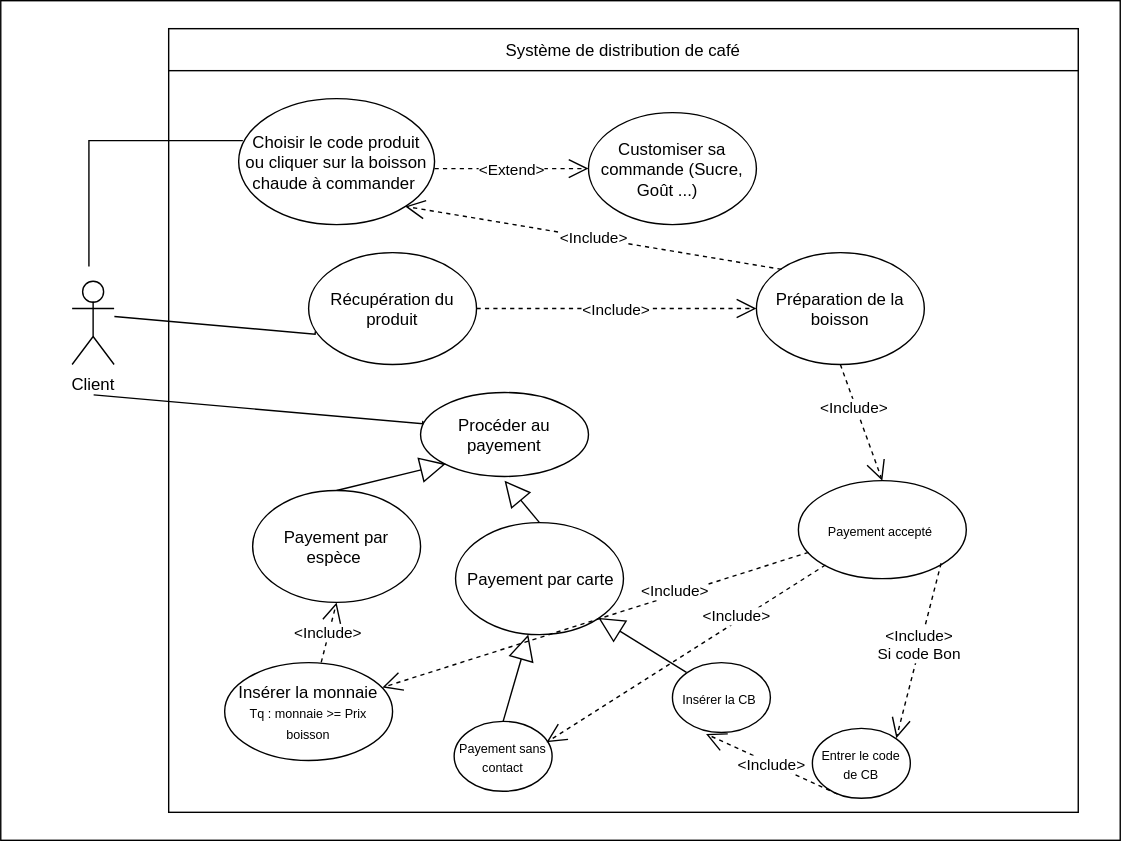
Above: YasmineAouimeur/usecase.svg in samszo/GSI-AVUN_18-19 (draw.io), before the change. Source tidied: cells renumbered, new cells last; positions are measured from the earlier drawing's top-left corner, leaving out a move shared by most shapes. Source of this version:
```xml
<mxGraphModel>
  <root>
    <mxCell id="0" />
    <mxCell id="1" parent="0" />
    <mxCell id="2" style="rounded=0;whiteSpace=wrap;html=1;shadow=0;" parent="1" vertex="1">
      <mxGeometry width="800" height="600" as="geometry" />
    </mxCell>
    <mxCell id="3" style="rounded=0;whiteSpace=wrap;html=1;" parent="1" vertex="1">
      <mxGeometry x="120" y="20" width="650" height="560" as="geometry" />
    </mxCell>
    <mxCell id="4" value="Système de distribution de café" style="rounded=0;whiteSpace=wrap;html=1;shadow=0;" parent="1" vertex="1">
      <mxGeometry x="120" y="20" width="650" height="30" as="geometry" />
    </mxCell>
    <mxCell id="5" value="Client" style="shape=umlActor;verticalLabelPosition=bottom;labelBackgroundColor=#ffffff;verticalAlign=top;html=1;shadow=0;" parent="1" vertex="1">
      <mxGeometry x="51" y="200" width="30" height="60" as="geometry" />
    </mxCell>
    <mxCell id="6" value="Choisir le code produit ou cliquer sur la boisson chaude à commander&amp;nbsp;" style="ellipse;whiteSpace=wrap;html=1;shadow=0;" parent="1" vertex="1">
      <mxGeometry x="170" y="70" width="140" height="90" as="geometry" />
    </mxCell>
    <mxCell id="7" value="Customiser sa commande (Sucre, Goût ...)&amp;nbsp;&amp;nbsp;" style="ellipse;whiteSpace=wrap;html=1;shadow=0;" parent="1" vertex="1">
      <mxGeometry x="420" y="80" width="120" height="80" as="geometry" />
    </mxCell>
    <mxCell id="8" value="&amp;lt;Extend&amp;gt;" style="endArrow=open;endSize=12;dashed=1;html=1;" parent="1" edge="1">
      <mxGeometry relative="1" as="geometry">
        <mxPoint x="310" y="120" as="sourcePoint" />
        <mxPoint x="420" y="120" as="targetPoint" />
      </mxGeometry>
    </mxCell>
    <mxCell id="9" style="shape=partialRectangle;whiteSpace=wrap;html=1;top=0;left=0;fillColor=none;shadow=0;rotation=-180;" parent="1" vertex="1">
      <mxGeometry x="63" y="100" width="110" height="90" as="geometry" />
    </mxCell>
    <mxCell id="10" value="Procéder au payement" style="ellipse;whiteSpace=wrap;html=1;shadow=0;" parent="1" vertex="1">
      <mxGeometry x="300" y="280" width="120" height="60" as="geometry" />
    </mxCell>
    <mxCell id="11" style="endArrow=block;endSize=16;endFill=0;html=1;entryX=0;entryY=1;entryDx=0;entryDy=0;exitX=0.5;exitY=0;exitDx=0;exitDy=0;" parent="1" edge="1" source="14" target="10">
      <mxGeometry relative="1" as="geometry" />
    </mxCell>
    <mxCell id="12" value="Payement par carte" style="ellipse;whiteSpace=wrap;html=1;shadow=0;" parent="1" vertex="1">
      <mxGeometry x="325" y="372.5" width="120" height="80" as="geometry" />
    </mxCell>
    <mxCell id="13" style="endArrow=block;endSize=16;endFill=0;html=1;exitX=0.5;exitY=0;exitDx=0;exitDy=0;" parent="1" edge="1" source="12">
      <mxGeometry relative="1" as="geometry">
        <mxPoint x="360" y="343" as="targetPoint" />
      </mxGeometry>
    </mxCell>
    <mxCell id="14" value="Payement par espèce&amp;nbsp;" style="ellipse;whiteSpace=wrap;html=1;shadow=0;" parent="1" vertex="1">
      <mxGeometry x="180" y="350" width="120" height="80" as="geometry" />
    </mxCell>
    <mxCell id="15" value="Préparation de la boisson" style="ellipse;whiteSpace=wrap;html=1;shadow=0;" parent="1" vertex="1">
      <mxGeometry x="540" y="180" width="120" height="80" as="geometry" />
    </mxCell>
    <mxCell id="16" value="Insérer la monnaie&lt;br&gt;&lt;font style=&quot;font-size: 9px&quot;&gt;Tq : monnaie &amp;gt;= Prix boisson&lt;br&gt;&lt;/font&gt;" style="ellipse;whiteSpace=wrap;html=1;shadow=0;" parent="1" vertex="1">
      <mxGeometry x="160" y="472.5" width="120" height="70" as="geometry" />
    </mxCell>
    <mxCell id="17" value="&lt;font style=&quot;font-size: 9px&quot;&gt;Payement accepté&amp;nbsp;&lt;br&gt;&lt;/font&gt;" style="ellipse;whiteSpace=wrap;html=1;shadow=0;" parent="1" vertex="1">
      <mxGeometry x="570" y="342.5" width="120" height="70" as="geometry" />
    </mxCell>
    <mxCell id="18" style="shape=partialRectangle;whiteSpace=wrap;html=1;top=0;left=0;fillColor=none;shadow=0;rotation=5;" parent="1" vertex="1">
      <mxGeometry x="66" y="290" width="236" height="2" as="geometry" />
    </mxCell>
    <mxCell id="19" value="&lt;font style=&quot;font-size: 9px&quot;&gt;Payement sans contact&lt;br&gt;&lt;/font&gt;" style="ellipse;whiteSpace=wrap;html=1;shadow=0;" parent="1" vertex="1">
      <mxGeometry x="323.5" y="514.5" width="70" height="50" as="geometry" />
    </mxCell>
    <mxCell id="20" value="&amp;lt;Include&amp;gt;" style="endArrow=open;endSize=12;dashed=1;html=1;entryX=0.5;entryY=1;entryDx=0;entryDy=0;" parent="1" edge="1" source="16" target="14">
      <mxGeometry relative="1" as="geometry" />
    </mxCell>
    <mxCell id="21" value="Récupération du produit" style="ellipse;whiteSpace=wrap;html=1;shadow=0;" parent="1" vertex="1">
      <mxGeometry x="220" y="180" width="120" height="80" as="geometry" />
    </mxCell>
    <mxCell id="22" style="endArrow=block;endSize=16;endFill=0;html=1;entryX=0.433;entryY=1;entryDx=0;entryDy=0;exitX=0.5;exitY=0;exitDx=0;exitDy=0;entryPerimeter=0;" parent="1" edge="1" source="19" target="12">
      <mxGeometry relative="1" as="geometry" />
    </mxCell>
    <mxCell id="23" value="&lt;font style=&quot;font-size: 9px&quot;&gt;Insérer la CB&amp;nbsp;&lt;br&gt;&lt;/font&gt;" style="ellipse;whiteSpace=wrap;html=1;shadow=0;" parent="1" vertex="1">
      <mxGeometry x="480" y="472.5" width="70" height="50" as="geometry" />
    </mxCell>
    <mxCell id="24" style="endArrow=block;endSize=16;endFill=0;html=1;entryX=1;entryY=1;entryDx=0;entryDy=0;exitX=0;exitY=0;exitDx=0;exitDy=0;" parent="1" edge="1" source="23" target="12">
      <mxGeometry relative="1" as="geometry" />
    </mxCell>
    <mxCell id="25" value="&lt;font style=&quot;font-size: 9px&quot;&gt;Entrer le code de CB&lt;br&gt;&lt;/font&gt;" style="ellipse;whiteSpace=wrap;html=1;shadow=0;" parent="1" vertex="1">
      <mxGeometry x="580" y="520" width="70" height="50" as="geometry" />
    </mxCell>
    <mxCell id="26" value="&amp;lt;Include&amp;gt;" style="endArrow=open;endSize=12;dashed=1;html=1;entryX=0.343;entryY=1.03;entryDx=0;entryDy=0;entryPerimeter=0;exitX=0.257;exitY=0.94;exitDx=0;exitDy=0;exitPerimeter=0;" parent="1" edge="1" source="25" target="23">
      <mxGeometry relative="1" as="geometry" />
    </mxCell>
    <mxCell id="27" style="shape=partialRectangle;whiteSpace=wrap;html=1;top=0;left=0;fillColor=none;shadow=0;rotation=5;" parent="1" vertex="1">
      <mxGeometry x="81" y="230" width="144" height="2" as="geometry" />
    </mxCell>
    <mxCell id="28" value="&amp;lt;Include&amp;gt;" style="endArrow=open;endSize=12;dashed=1;html=1;" parent="1" edge="1" source="17" target="16">
      <mxGeometry x="-0.38" y="-3" relative="1" as="geometry" />
    </mxCell>
    <mxCell id="29" value="&amp;lt;Include&amp;gt;" style="endArrow=open;endSize=12;dashed=1;html=1;" parent="1" edge="1" source="17">
      <mxGeometry x="-0.38" y="-3" relative="1" as="geometry">
        <mxPoint x="390" y="530" as="targetPoint" />
      </mxGeometry>
    </mxCell>
    <mxCell id="30" value="&amp;lt;Include&amp;gt;&lt;br&gt;Si code Bon&lt;br&gt;" style="endArrow=open;endSize=12;dashed=1;html=1;entryX=1;entryY=0;entryDx=0;entryDy=0;exitX=1;exitY=1;exitDx=0;exitDy=0;" parent="1" edge="1" source="17" target="25">
      <mxGeometry x="-0.07" y="-1" relative="1" as="geometry" />
    </mxCell>
    <mxCell id="31" value="&amp;lt;Include&amp;gt;" style="endArrow=open;endSize=12;dashed=1;html=1;entryX=0.5;entryY=0;entryDx=0;entryDy=0;exitX=0.5;exitY=1;exitDx=0;exitDy=0;" parent="1" edge="1" source="15" target="17">
      <mxGeometry x="-0.28" y="-1" relative="1" as="geometry" />
    </mxCell>
    <mxCell id="32" value="&amp;lt;Include&amp;gt;" style="endArrow=open;endSize=12;dashed=1;html=1;entryX=0;entryY=0.5;entryDx=0;entryDy=0;exitX=1;exitY=0.5;exitDx=0;exitDy=0;" parent="1" edge="1" source="21" target="15">
      <mxGeometry relative="1" as="geometry" />
    </mxCell>
    <mxCell id="33" value="&amp;lt;Include&amp;gt;" style="endArrow=open;endSize=12;dashed=1;html=1;exitX=0;exitY=0;exitDx=0;exitDy=0;entryX=1;entryY=1;entryDx=0;entryDy=0;" parent="1" edge="1" source="15" target="6">
      <mxGeometry relative="1" as="geometry" />
    </mxCell>
  </root>
</mxGraphModel>
```
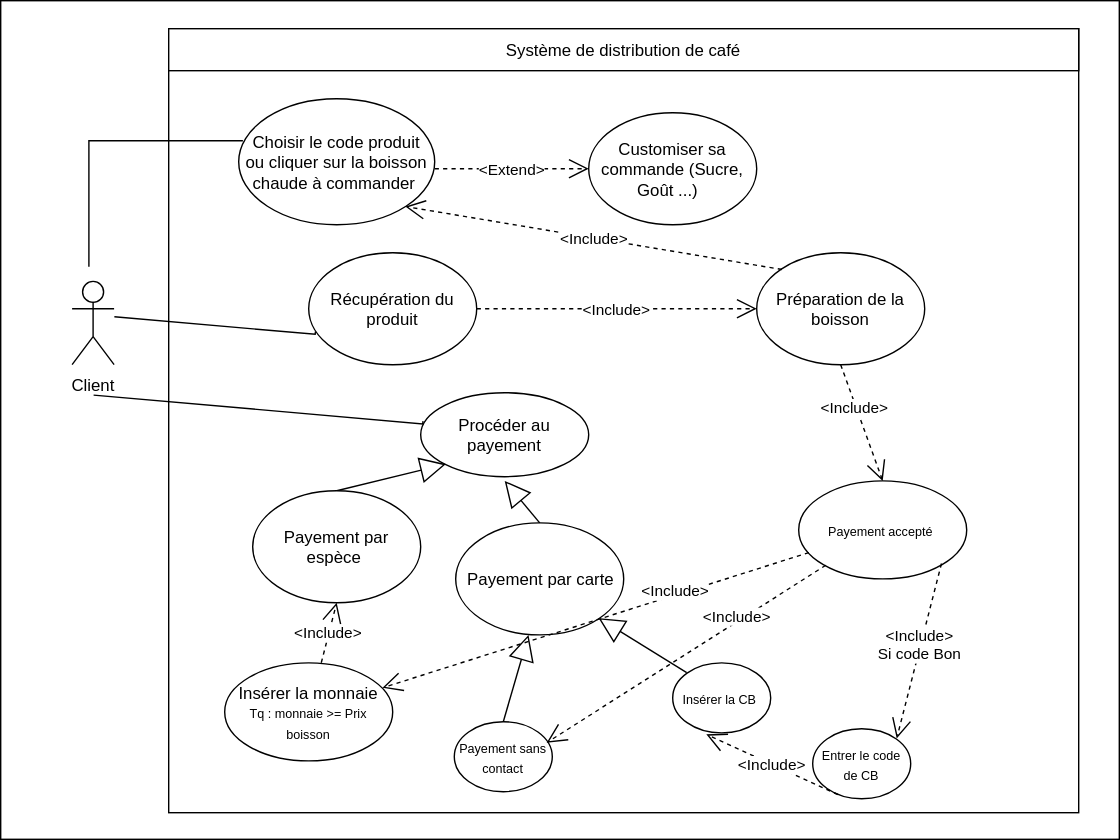
Later version of the same file.

Diff of the diagram source:
```diff
@@ -2,9 +2,9 @@
   <root>
     <mxCell id="0" />
     <mxCell id="1" parent="0" />
-    <mxCell id="2" style="rounded=0;whiteSpace=wrap;html=1;shadow=0;" parent="1" vertex="1">
-      <mxGeometry width="800" height="600" as="geometry" />
-    </mxCell>
+    <mxCell id="34" style="rounded=0;whiteSpace=wrap;html=1;shadow=0;" parent="1" vertex="1">
+      <mxGeometry width="799" height="599" as="geometry" />
+    </mxCell>
     <mxCell id="3" style="rounded=0;whiteSpace=wrap;html=1;" parent="1" vertex="1">
       <mxGeometry x="120" y="20" width="650" height="560" as="geometry" />
     </mxCell>
@@ -38,11 +38,11 @@
     <mxCell id="12" value="Payement par carte" style="ellipse;whiteSpace=wrap;html=1;shadow=0;" parent="1" vertex="1">
       <mxGeometry x="325" y="372.5" width="120" height="80" as="geometry" />
     </mxCell>
-    <mxCell id="13" style="endArrow=block;endSize=16;endFill=0;html=1;exitX=0.5;exitY=0;exitDx=0;exitDy=0;" parent="1" edge="1" source="12">
-      <mxGeometry relative="1" as="geometry">
-        <mxPoint x="360" y="343" as="targetPoint" />
-      </mxGeometry>
-    </mxCell>
+    <mxCell id="35" style="endArrow=block;endSize=16;endFill=0;html=1;exitX=0.5;exitY=0;exitDx=0;exitDy=0;" parent="1" edge="1" source="12">
+      <mxGeometry relative="1" as="geometry">
+        <mxPoint x="360" y="343" as="targetPoint" />
+      </mxGeometry>
+    </mxCell>
     <mxCell id="14" value="Payement par espèce&amp;nbsp;" style="ellipse;whiteSpace=wrap;html=1;shadow=0;" parent="1" vertex="1">
       <mxGeometry x="180" y="350" width="120" height="80" as="geometry" />
     </mxCell>
@@ -88,11 +88,11 @@
     <mxCell id="28" value="&amp;lt;Include&amp;gt;" style="endArrow=open;endSize=12;dashed=1;html=1;" parent="1" edge="1" source="17" target="16">
       <mxGeometry x="-0.38" y="-3" relative="1" as="geometry" />
     </mxCell>
-    <mxCell id="29" value="&amp;lt;Include&amp;gt;" style="endArrow=open;endSize=12;dashed=1;html=1;" parent="1" edge="1" source="17">
-      <mxGeometry x="-0.38" y="-3" relative="1" as="geometry">
-        <mxPoint x="390" y="530" as="targetPoint" />
-      </mxGeometry>
-    </mxCell>
+    <mxCell id="36" value="&amp;lt;Include&amp;gt;" style="endArrow=open;endSize=12;dashed=1;html=1;" parent="1" edge="1" source="17">
+      <mxGeometry x="-0.38" y="-3" relative="1" as="geometry">
+        <mxPoint x="390" y="530" as="targetPoint" />
+      </mxGeometry>
+    </mxCell>
     <mxCell id="30" value="&amp;lt;Include&amp;gt;&lt;br&gt;Si code Bon&lt;br&gt;" style="endArrow=open;endSize=12;dashed=1;html=1;entryX=1;entryY=0;entryDx=0;entryDy=0;exitX=1;exitY=1;exitDx=0;exitDy=0;" parent="1" edge="1" source="17" target="25">
       <mxGeometry x="-0.07" y="-1" relative="1" as="geometry" />
     </mxCell>
```
